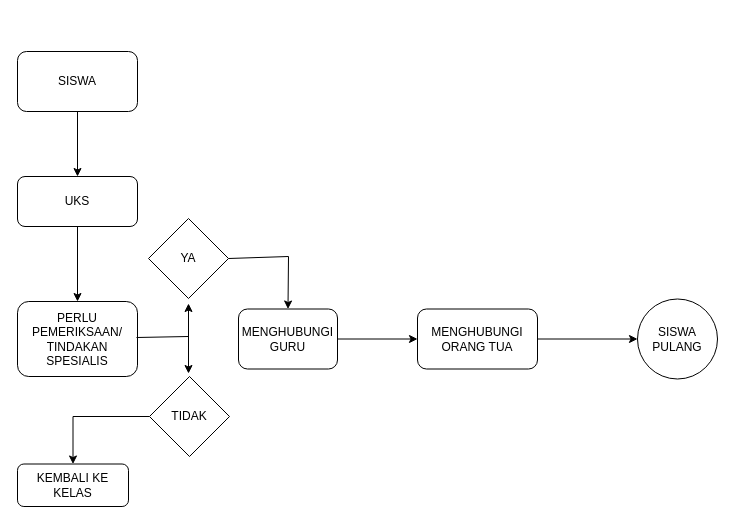
The draw.io diagram Untitled Diagram.drawio in Piaripiani01/tefa2, before the edit. Source tidied: cells renumbered, new cells numbered last; positions are measured from the earlier drawing's top-left corner, leaving out a move shared by most shapes. Both pictures are drawn from the tidied source at 100%, with x=0, y=0 at pixel (17, 51).
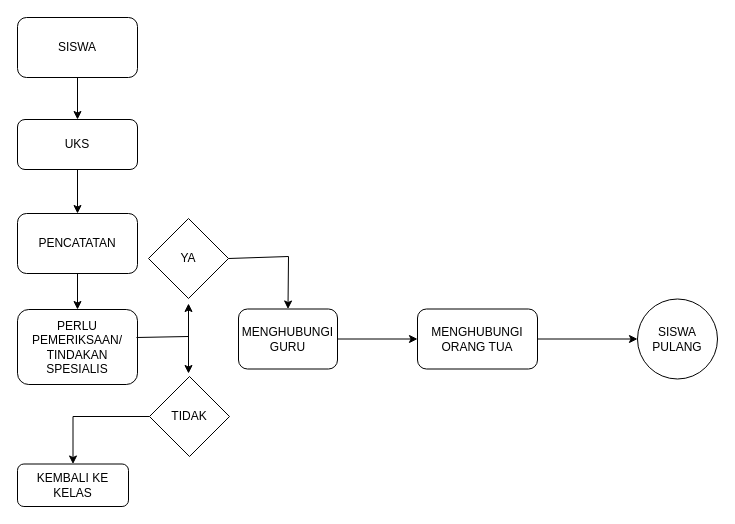
The same diagram, later.

Diff of the diagram source:
```diff
@@
     <mxCell id="3" value="SISWA" style="rounded=1;whiteSpace=wrap;html=1;" parent="1" vertex="1">
-      <mxGeometry width="120" height="60" as="geometry" />
+      <mxGeometry y="-34" width="120" height="60" as="geometry" />
     </mxCell>
-    <mxCell id="4" style="edgeStyle=orthogonalEdgeStyle;rounded=0;jettySize=auto;html=1;" parent="1" edge="1" source="5" target="7">
-      <mxGeometry relative="1" as="geometry" />
-    </mxCell>
+    <mxCell id="19" style="edgeStyle=orthogonalEdgeStyle;rounded=0;jettySize=auto;html=1;" parent="1" edge="1" source="5" target="21">
+      <mxGeometry relative="1" as="geometry" />
+    </mxCell>
     <mxCell id="5" value="UKS" style="whiteSpace=wrap;html=1;rounded=1;" parent="1" vertex="1">
-      <mxGeometry y="125" width="120" height="50" as="geometry" />
+      <mxGeometry y="68" width="120" height="50" as="geometry" />
     </mxCell>
@@
     <mxCell id="7" value="PERLU PEMERIKSAAN/&lt;div&gt;TINDAKAN SPESIALIS&lt;/div&gt;" style="whiteSpace=wrap;html=1;rounded=1;" parent="1" vertex="1">
-      <mxGeometry y="250" width="120" height="75" as="geometry" />
+      <mxGeometry y="258" width="120" height="75" as="geometry" />
     </mxCell>
@@
+    <mxCell id="20" style="edgeStyle=orthogonalEdgeStyle;rounded=0;jettySize=auto;html=1;" parent="1" edge="1" source="21" target="7">
+      <mxGeometry relative="1" as="geometry" />
+    </mxCell>
+    <mxCell id="21" value="PENCATATAN" style="whiteSpace=wrap;html=1;rounded=1;" parent="1" vertex="1">
+      <mxGeometry y="162" width="120" height="60" as="geometry" />
+    </mxCell>
```
